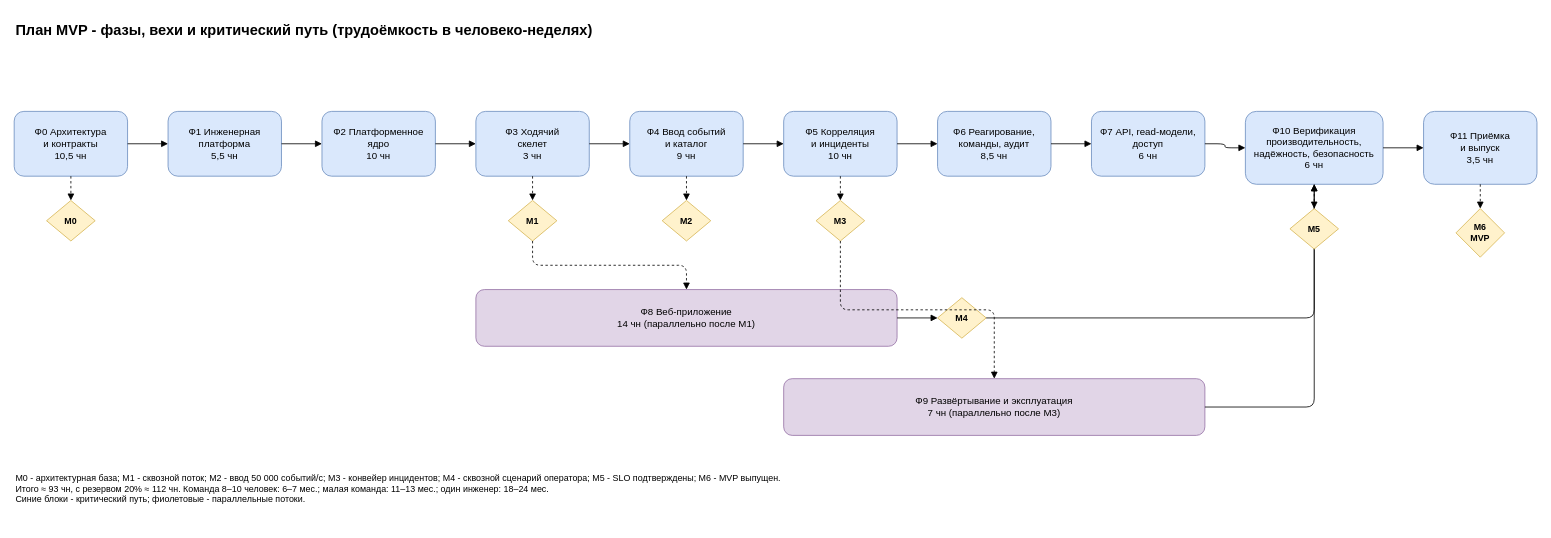
Above: page "Фазы, вехи, критический путь" (2 of 2) of docs/psim-mvp-diagrams.drawio in d8zerg/psim (draw.io), before the change. Source tidied: cells renumbered, new cells numbered last; positions are measured from the earlier drawing's top-left corner, leaving out a move shared by most shapes. Both pictures are drawn from the tidied source at 81%, with x=0, y=0 at pixel (14, 14).
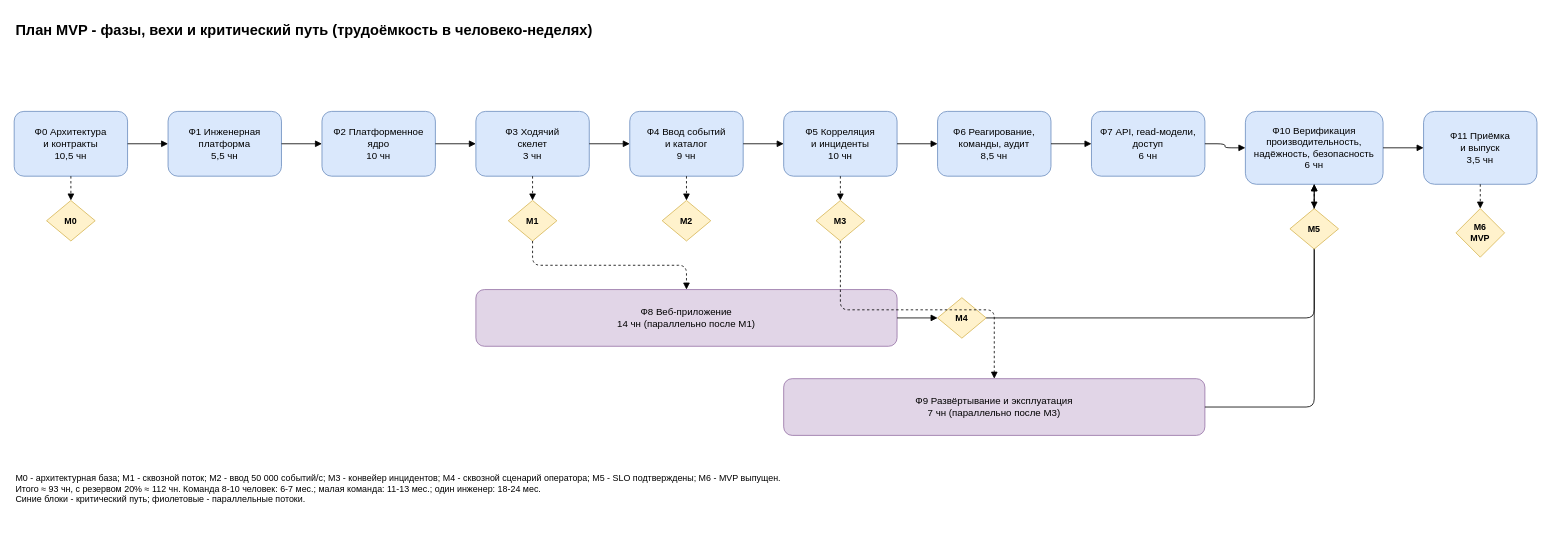
After the change.

Diff of the diagram source:
```diff
@@
-    <mxCell id="42" value="M0 - архитектурная база; M1 - сквозной поток; M2 - ввод 50 000 событий/с; M3 - конвейер инцидентов; M4 - сквозной сценарий оператора; M5 - SLO подтверждены; M6 - MVP выпущен.&lt;br&gt;Итого ≈ 93 чн, с резервом 20% ≈ 112 чн. Команда 8–10 человек: 6–7 мес.; малая команда: 11–13 мес.; один инженер: 18–24 мес.&lt;br&gt;Синие блоки - критический путь; фиолетовые - параллельные потоки." style="text;html=1;align=left;verticalAlign=top;whiteSpace=wrap;fontSize=11;" parent="1" vertex="1">
+    <mxCell id="42" value="M0 - архитектурная база; M1 - сквозной поток; M2 - ввод 50 000 событий/с; M3 - конвейер инцидентов; M4 - сквозной сценарий оператора; M5 - SLO подтверждены; M6 - MVP выпущен.&lt;br&gt;Итого ≈ 93 чн, с резервом 20% ≈ 112 чн. Команда 8-10 человек: 6-7 мес.; малая команда: 11-13 мес.; один инженер: 18-24 мес.&lt;br&gt;Синие блоки - критический путь; фиолетовые - параллельные потоки." style="text;html=1;align=left;verticalAlign=top;whiteSpace=wrap;fontSize=11;" parent="1" vertex="1">
       <mxGeometry y="560" width="1500" height="70" as="geometry" />
     </mxCell>
```
